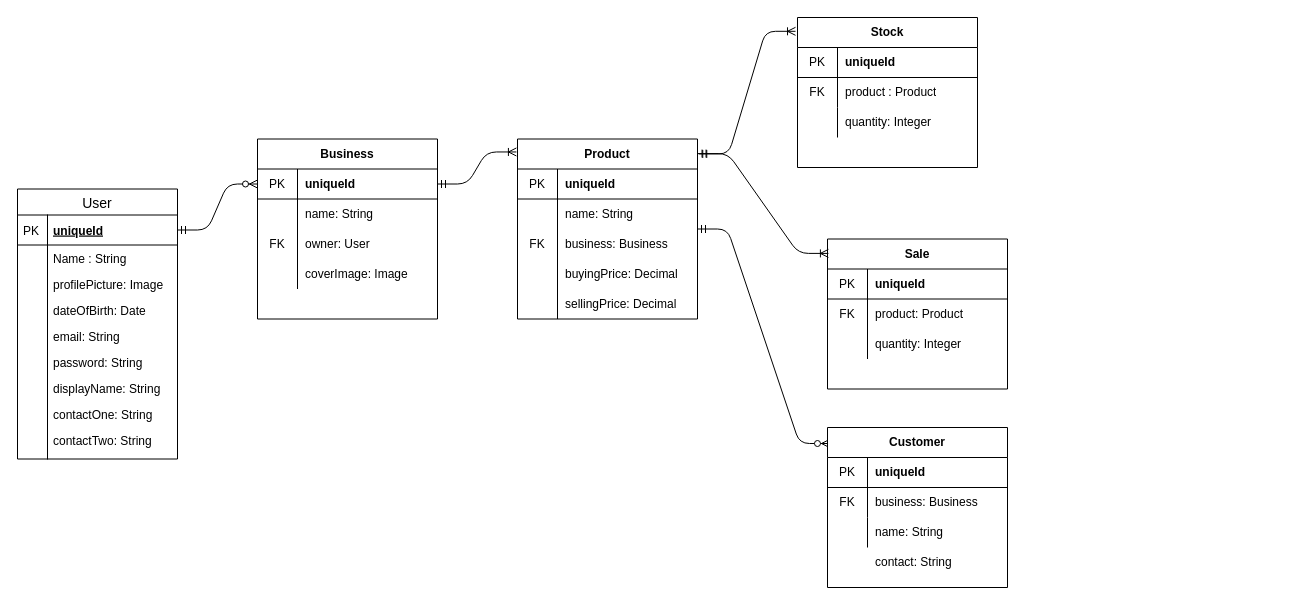
Earlier version of the draw.io diagram model_schema.drawio (yeboah326/Garage97). Source tidied: cells renumbered, new cells numbered last; positions are measured from the earlier drawing's top-left corner, leaving out a move shared by most shapes. Both pictures are drawn from the tidied source at 100%, with x=0, y=0 at pixel (17, 17).
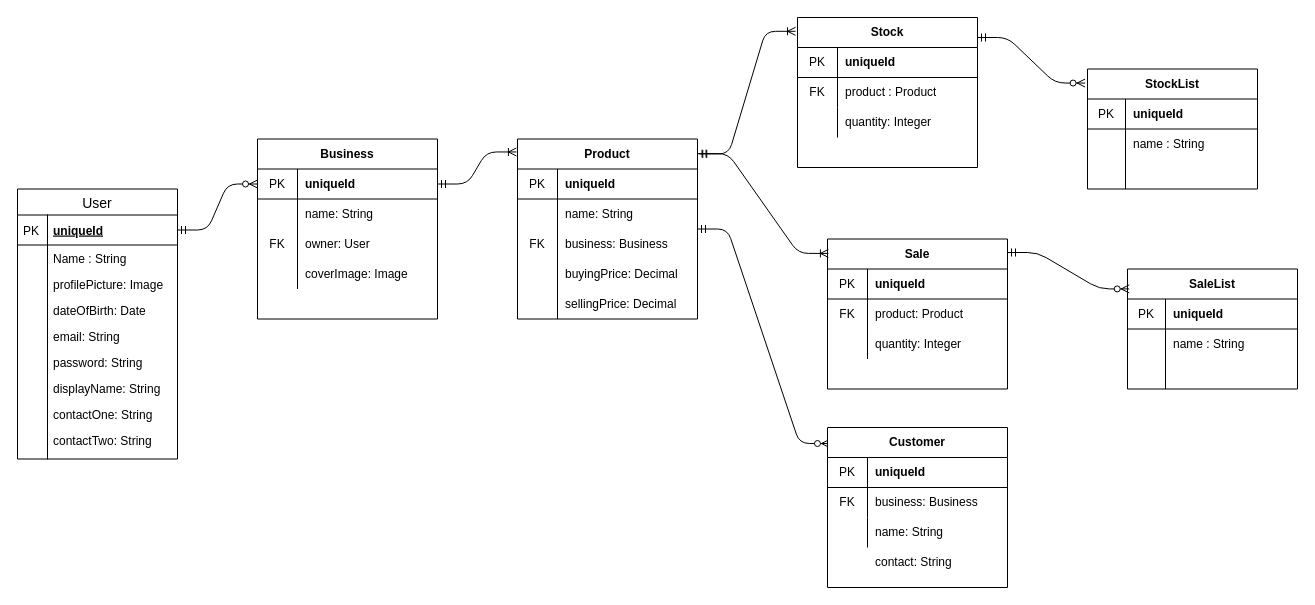
The same page after the edit.

Commit message:
Added StockList and SaleList to the model

The edit, as a diff of the source:
```diff
@@
+    <mxCell id="88" value="StockList" style="shape=table;html=1;whiteSpace=wrap;startSize=30;childLayout=tableLayout;rowLines=0;fontStyle=1;align=center;" parent="1" vertex="1">
+      <mxGeometry x="1070" y="51.5" width="170" height="120" as="geometry" />
+    </mxCell>
+    <mxCell id="89" style="shape=partialRectangle;html=1;whiteSpace=wrap;fillColor=none;top=0;left=0;bottom=1;right=0;" parent="88" vertex="1">
+      <mxGeometry y="30" width="170" height="30" as="geometry" />
+    </mxCell>
+    <mxCell id="90" value="PK" style="shape=partialRectangle;html=1;whiteSpace=wrap;fillColor=none;top=0;left=0;bottom=0;right=0;overflow=hidden;" parent="89" vertex="1">
+      <mxGeometry width="38" height="30" as="geometry" />
+    </mxCell>
+    <mxCell id="91" value="&lt;b&gt;uniqueId&lt;/b&gt;" style="shape=partialRectangle;html=1;whiteSpace=wrap;fillColor=none;top=0;left=0;bottom=0;right=0;align=left;spacingLeft=6;overflow=hidden;" parent="89" vertex="1">
+      <mxGeometry x="38" width="132" height="30" as="geometry" />
+    </mxCell>
+    <mxCell id="92" style="shape=partialRectangle;html=1;whiteSpace=wrap;fillColor=none;top=0;left=0;bottom=0;right=0;" parent="88" vertex="1">
+      <mxGeometry y="60" width="170" height="30" as="geometry" />
+    </mxCell>
+    <mxCell id="93" style="shape=partialRectangle;html=1;whiteSpace=wrap;fillColor=none;top=0;left=0;bottom=0;right=0;overflow=hidden;" parent="92" vertex="1">
+      <mxGeometry width="38" height="30" as="geometry" />
+    </mxCell>
+    <mxCell id="94" value="name : String" style="shape=partialRectangle;html=1;whiteSpace=wrap;fillColor=none;top=0;left=0;bottom=0;right=0;align=left;spacingLeft=6;overflow=hidden;" parent="92" vertex="1">
+      <mxGeometry x="38" width="132" height="30" as="geometry" />
+    </mxCell>
+    <mxCell id="95" style="shape=partialRectangle;html=1;whiteSpace=wrap;fillColor=none;top=0;left=0;bottom=0;right=0;" parent="88" vertex="1">
+      <mxGeometry y="90" width="170" height="30" as="geometry" />
+    </mxCell>
+    <mxCell id="96" style="shape=partialRectangle;html=1;whiteSpace=wrap;fillColor=none;top=0;left=0;bottom=0;right=0;overflow=hidden;" parent="95" vertex="1">
+      <mxGeometry width="38" height="30" as="geometry" />
+    </mxCell>
+    <mxCell id="97" style="shape=partialRectangle;html=1;whiteSpace=wrap;fillColor=none;top=0;left=0;bottom=0;right=0;align=left;spacingLeft=6;overflow=hidden;" parent="95" vertex="1">
+      <mxGeometry x="38" width="132" height="30" as="geometry" />
+    </mxCell>
+    <mxCell id="98" value="SaleList" style="shape=table;html=1;whiteSpace=wrap;startSize=30;childLayout=tableLayout;rowLines=0;fontStyle=1;align=center;" parent="1" vertex="1">
+      <mxGeometry x="1110" y="251.5" width="170" height="120" as="geometry" />
+    </mxCell>
+    <mxCell id="99" style="shape=partialRectangle;html=1;whiteSpace=wrap;fillColor=none;top=0;left=0;bottom=1;right=0;" parent="98" vertex="1">
+      <mxGeometry y="30" width="170" height="30" as="geometry" />
+    </mxCell>
+    <mxCell id="100" value="PK" style="shape=partialRectangle;html=1;whiteSpace=wrap;fillColor=none;top=0;left=0;bottom=0;right=0;overflow=hidden;" parent="99" vertex="1">
+      <mxGeometry width="38" height="30" as="geometry" />
+    </mxCell>
+    <mxCell id="101" value="&lt;b&gt;uniqueId&lt;/b&gt;" style="shape=partialRectangle;html=1;whiteSpace=wrap;fillColor=none;top=0;left=0;bottom=0;right=0;align=left;spacingLeft=6;overflow=hidden;" parent="99" vertex="1">
+      <mxGeometry x="38" width="132" height="30" as="geometry" />
+    </mxCell>
+    <mxCell id="102" style="shape=partialRectangle;html=1;whiteSpace=wrap;fillColor=none;top=0;left=0;bottom=0;right=0;" parent="98" vertex="1">
+      <mxGeometry y="60" width="170" height="30" as="geometry" />
+    </mxCell>
+    <mxCell id="103" style="shape=partialRectangle;html=1;whiteSpace=wrap;fillColor=none;top=0;left=0;bottom=0;right=0;overflow=hidden;" parent="102" vertex="1">
+      <mxGeometry width="38" height="30" as="geometry" />
+    </mxCell>
+    <mxCell id="104" value="name : String" style="shape=partialRectangle;html=1;whiteSpace=wrap;fillColor=none;top=0;left=0;bottom=0;right=0;align=left;spacingLeft=6;overflow=hidden;" parent="102" vertex="1">
+      <mxGeometry x="38" width="132" height="30" as="geometry" />
+    </mxCell>
+    <mxCell id="105" style="shape=partialRectangle;html=1;whiteSpace=wrap;fillColor=none;top=0;left=0;bottom=0;right=0;" parent="98" vertex="1">
+      <mxGeometry y="90" width="170" height="30" as="geometry" />
+    </mxCell>
+    <mxCell id="106" style="shape=partialRectangle;html=1;whiteSpace=wrap;fillColor=none;top=0;left=0;bottom=0;right=0;overflow=hidden;" parent="105" vertex="1">
+      <mxGeometry width="38" height="30" as="geometry" />
+    </mxCell>
+    <mxCell id="107" style="shape=partialRectangle;html=1;whiteSpace=wrap;fillColor=none;top=0;left=0;bottom=0;right=0;align=left;spacingLeft=6;overflow=hidden;" parent="105" vertex="1">
+      <mxGeometry x="38" width="132" height="30" as="geometry" />
+    </mxCell>
+    <mxCell id="108" style="edgeStyle=entityRelationEdgeStyle;fontSize=12;html=1;endArrow=ERzeroToMany;startArrow=ERmandOne;entryX=0.01;entryY=0.166;entryDx=0;entryDy=0;entryPerimeter=0;" parent="1" edge="1" target="98">
+      <mxGeometry relative="1" as="geometry">
+        <mxPoint x="990" y="235" as="sourcePoint" />
+      </mxGeometry>
+    </mxCell>
+    <mxCell id="109" style="edgeStyle=entityRelationEdgeStyle;fontSize=12;html=1;endArrow=ERzeroToMany;startArrow=ERmandOne;entryX=-0.014;entryY=0.117;entryDx=0;entryDy=0;entryPerimeter=0;" parent="1" edge="1" target="88">
+      <mxGeometry relative="1" as="geometry">
+        <mxPoint x="960" y="20" as="sourcePoint" />
+      </mxGeometry>
+    </mxCell>
```
